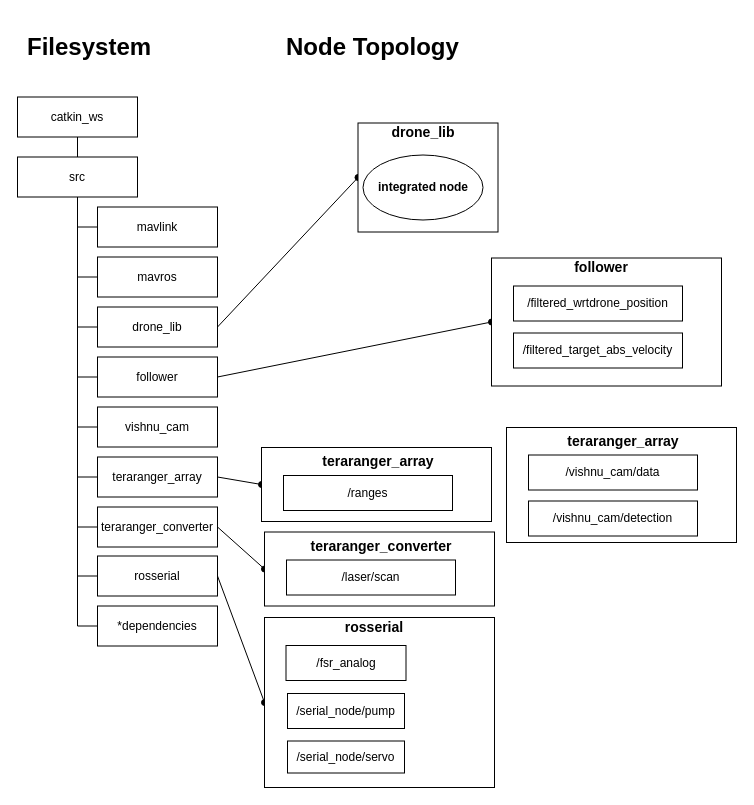
prasannawilliams/high-level-architecture keeps this draw.io diagram as production_systems_architecture.drawio. Above is the earlier version. Source tidied: cells renumbered, new cells numbered last; positions are measured from the earlier drawing's top-left corner, leaving out a move shared by most shapes. Both pictures are drawn from the tidied source at 100%, with x=0, y=0 at pixel (17, 27).
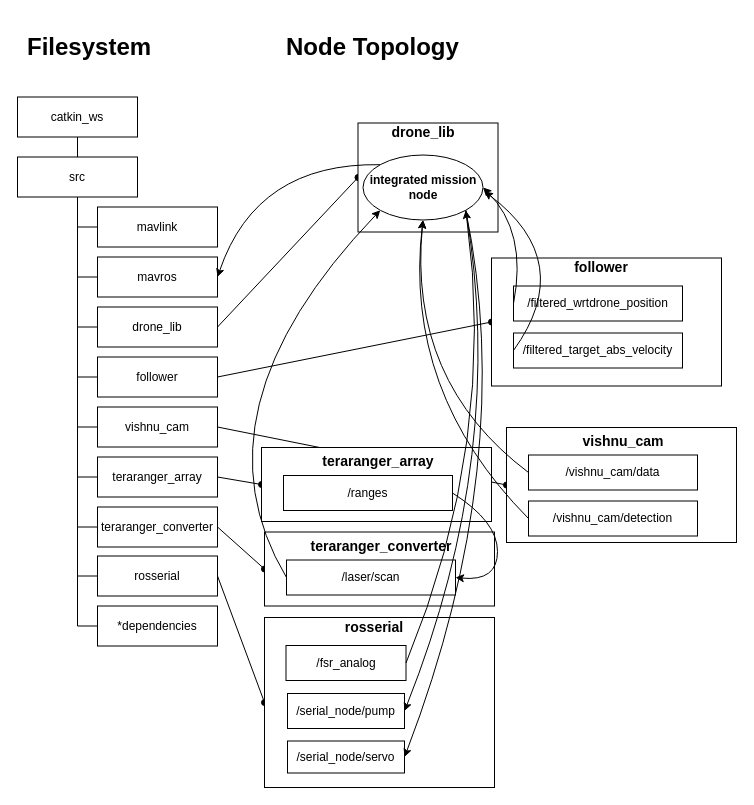
The same page after the edit.

The change refers to these unchanged cells:
```xml
<mxCell id="8" value="mavros&lt;br style=&quot;font-size: 12px;&quot;&gt;" style="rounded=0;whiteSpace=wrap;html=1;fontSize=12;" parent="1" vertex="1">
  <mxGeometry x="80" y="229.5" width="120" height="40" as="geometry" />
</mxCell>
<mxCell id="16" value="vishnu_cam&lt;br style=&quot;font-size: 12px;&quot;&gt;" style="rounded=0;whiteSpace=wrap;html=1;fontSize=12;" parent="1" vertex="1">
  <mxGeometry x="80" y="379.5" width="120" height="40" as="geometry" />
</mxCell>
<mxCell id="32" value="/fsr_analog" style="rounded=0;whiteSpace=wrap;html=1;fontSize=12;" parent="1" vertex="1">
  <mxGeometry x="268.5" y="618" width="120" height="35" as="geometry" />
</mxCell>
<mxCell id="33" value="/serial_node/pump" style="rounded=0;whiteSpace=wrap;html=1;fontSize=12;" parent="1" vertex="1">
  <mxGeometry x="270" y="666" width="117" height="35" as="geometry" />
</mxCell>
<mxCell id="34" value="/serial_node/servo" style="rounded=0;whiteSpace=wrap;html=1;fontSize=12;" parent="1" vertex="1">
  <mxGeometry x="270" y="713.5" width="117" height="32" as="geometry" />
</mxCell>
<mxCell id="40" value="/filtered_wrtdrone_position" style="rounded=0;whiteSpace=wrap;html=1;fontSize=12;" parent="1" vertex="1">
  <mxGeometry x="496" y="258.5" width="169" height="35" as="geometry" />
</mxCell>
<mxCell id="41" value="/filtered_target_abs_velocity" style="rounded=0;whiteSpace=wrap;html=1;fontSize=12;" parent="1" vertex="1">
  <mxGeometry x="496" y="305.5" width="169" height="35" as="geometry" />
</mxCell>
<mxCell id="44" value="/ranges" style="rounded=0;whiteSpace=wrap;html=1;fontSize=12;" parent="1" vertex="1">
  <mxGeometry x="266" y="448" width="169" height="35" as="geometry" />
</mxCell>
<mxCell id="47" value="/laser/scan" style="rounded=0;whiteSpace=wrap;html=1;fontSize=12;" parent="1" vertex="1">
  <mxGeometry x="269" y="532.5" width="169" height="35" as="geometry" />
</mxCell>
<mxCell id="48" style="rounded=0;whiteSpace=wrap;html=1;fontSize=12;" parent="1" vertex="1">
  <mxGeometry x="489" y="400" width="230" height="115" as="geometry" />
</mxCell>
<mxCell id="50" value="/vishnu_cam/data" style="rounded=0;whiteSpace=wrap;html=1;fontSize=12;" parent="1" vertex="1">
  <mxGeometry x="511" y="427.5" width="169" height="35" as="geometry" />
</mxCell>
<mxCell id="51" value="/vishnu_cam/detection" style="rounded=0;whiteSpace=wrap;html=1;fontSize=12;" parent="1" vertex="1">
  <mxGeometry x="511" y="473.5" width="169" height="35" as="geometry" />
</mxCell>
```

What changed in the source:
```diff
@@
+    <mxCell id="52" style="edgeStyle=none;rounded=0;jettySize=auto;html=1;exitX=1;exitY=0.5;exitDx=0;exitDy=0;entryX=0;entryY=0.5;entryDx=0;entryDy=0;endArrow=oval;endFill=1;fontSize=12;" parent="1" edge="1" source="16" target="48">
+      <mxGeometry relative="1" as="geometry" />
+    </mxCell>
@@
-    <mxCell id="37" value="&lt;b&gt;integrated node&lt;/b&gt;" style="ellipse;whiteSpace=wrap;html=1;fontSize=12;" parent="1" vertex="1">
+    <mxCell id="37" value="&lt;b&gt;integrated mission&lt;br&gt;node&lt;br&gt;&lt;/b&gt;" style="ellipse;whiteSpace=wrap;html=1;fontSize=12;" parent="1" vertex="1">
       <mxGeometry x="345.5" y="127.5" width="120" height="65" as="geometry" />
     </mxCell>
@@
-    <mxCell id="49" value="&lt;b&gt;&lt;font style=&quot;font-size: 14px&quot;&gt;teraranger_array&lt;/font&gt;&lt;/b&gt;" style="text;html=1;strokeColor=none;fillColor=none;align=center;verticalAlign=middle;whiteSpace=wrap;rounded=0;fontSize=12;" parent="1" vertex="1">
+    <mxCell id="49" value="&lt;b&gt;&lt;font style=&quot;font-size: 14px&quot;&gt;vishnu_cam&lt;/font&gt;&lt;/b&gt;" style="text;html=1;strokeColor=none;fillColor=none;align=center;verticalAlign=middle;whiteSpace=wrap;rounded=0;fontSize=12;" parent="1" vertex="1">
       <mxGeometry x="585.5" y="403.5" width="40" height="20" as="geometry" />
     </mxCell>
@@
+    <mxCell id="53" style="curved=1;endArrow=classic;html=1;fontSize=12;entryX=1;entryY=0.5;entryDx=0;entryDy=0;exitX=0;exitY=0;exitDx=0;exitDy=0;" parent="1" edge="1" source="37" target="8">
+      <mxGeometry relative="1" as="geometry">
+        <Array as="points">
+          <mxPoint x="239" y="135" />
+        </Array>
+      </mxGeometry>
+    </mxCell>
+    <mxCell id="54" style="edgeStyle=none;jettySize=auto;html=1;exitX=1;exitY=0.5;exitDx=0;exitDy=0;entryX=0;entryY=0.5;entryDx=0;entryDy=0;endArrow=none;endFill=0;fontSize=12;strokeColor=#000000;curved=1;startArrow=classic;startFill=1;" parent="1" edge="1" source="37" target="40">
+      <mxGeometry relative="1" as="geometry">
+        <Array as="points">
+          <mxPoint x="510" y="204" />
+        </Array>
+      </mxGeometry>
+    </mxCell>
+    <mxCell id="55" style="edgeStyle=none;jettySize=auto;html=1;entryX=0;entryY=0.5;entryDx=0;entryDy=0;endArrow=none;endFill=0;fontSize=12;strokeColor=#000000;curved=1;startArrow=classic;startFill=1;" parent="1" edge="1" target="41">
+      <mxGeometry relative="1" as="geometry">
+        <mxPoint x="467" y="164" as="sourcePoint" />
+        <Array as="points">
+          <mxPoint x="560" y="234" />
+        </Array>
+      </mxGeometry>
+    </mxCell>
+    <mxCell id="56" style="edgeStyle=none;jettySize=auto;html=1;exitX=0.5;exitY=1;exitDx=0;exitDy=0;entryX=0;entryY=0.5;entryDx=0;entryDy=0;endArrow=none;endFill=0;fontSize=12;strokeColor=#000000;curved=1;startArrow=classic;startFill=1;" parent="1" edge="1" source="37" target="50">
+      <mxGeometry relative="1" as="geometry">
+        <Array as="points">
+          <mxPoint x="390" y="354" />
+        </Array>
+      </mxGeometry>
+    </mxCell>
+    <mxCell id="57" style="edgeStyle=none;jettySize=auto;html=1;exitX=0.5;exitY=1;exitDx=0;exitDy=0;entryX=0;entryY=0.5;entryDx=0;entryDy=0;endArrow=none;endFill=0;fontSize=12;strokeColor=#000000;curved=1;startArrow=classic;startFill=1;" parent="1" edge="1" source="37" target="51">
+      <mxGeometry relative="1" as="geometry">
+        <Array as="points">
+          <mxPoint x="385.5" y="364.5" />
+        </Array>
+      </mxGeometry>
+    </mxCell>
+    <mxCell id="58" style="edgeStyle=none;jettySize=auto;html=1;exitX=1;exitY=0.5;exitDx=0;exitDy=0;entryX=1;entryY=0.5;entryDx=0;entryDy=0;endArrow=classic;endFill=1;fontSize=12;strokeColor=#000000;curved=1;startArrow=none;startFill=0;" parent="1" edge="1" source="44" target="47">
+      <mxGeometry relative="1" as="geometry">
+        <Array as="points">
+          <mxPoint x="480" y="494" />
+          <mxPoint x="480" y="554" />
+        </Array>
+      </mxGeometry>
+    </mxCell>
+    <mxCell id="59" style="edgeStyle=none;jettySize=auto;html=1;exitX=0;exitY=1;exitDx=0;exitDy=0;entryX=0;entryY=0.5;entryDx=0;entryDy=0;endArrow=none;endFill=0;fontSize=12;strokeColor=#000000;curved=1;startArrow=classic;startFill=1;" parent="1" edge="1" source="37" target="47">
+      <mxGeometry relative="1" as="geometry">
+        <Array as="points">
+          <mxPoint x="170" y="384" />
+        </Array>
+      </mxGeometry>
+    </mxCell>
+    <mxCell id="60" style="edgeStyle=none;jettySize=auto;html=1;exitX=1;exitY=1;exitDx=0;exitDy=0;entryX=1;entryY=0.5;entryDx=0;entryDy=0;endArrow=none;endFill=0;fontSize=12;strokeColor=#000000;curved=1;startArrow=classic;startFill=1;" parent="1" edge="1" source="37" target="32">
+      <mxGeometry relative="1" as="geometry">
+        <Array as="points">
+          <mxPoint x="480" y="414" />
+        </Array>
+      </mxGeometry>
+    </mxCell>
+    <mxCell id="61" style="edgeStyle=none;jettySize=auto;html=1;exitX=1;exitY=1;exitDx=0;exitDy=0;entryX=1;entryY=0.5;entryDx=0;entryDy=0;endArrow=classic;endFill=1;fontSize=12;strokeColor=#000000;curved=1;startArrow=none;startFill=0;" parent="1" edge="1" source="37" target="33">
+      <mxGeometry relative="1" as="geometry">
+        <Array as="points">
+          <mxPoint x="490" y="424" />
+        </Array>
+      </mxGeometry>
+    </mxCell>
+    <mxCell id="62" style="edgeStyle=none;jettySize=auto;html=1;entryX=1;entryY=0.5;entryDx=0;entryDy=0;endArrow=classic;endFill=1;fontSize=12;strokeColor=#000000;curved=1;startArrow=none;startFill=0;exitX=1;exitY=1;exitDx=0;exitDy=0;" parent="1" edge="1" source="37" target="34">
+      <mxGeometry relative="1" as="geometry">
+        <Array as="points">
+          <mxPoint x="500" y="434" />
+        </Array>
+      </mxGeometry>
+    </mxCell>
```
